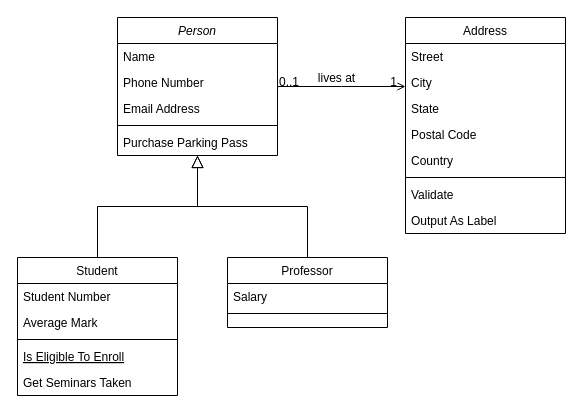
The draw.io diagram Untitled Diagram.drawio in FransiskusAgapa/SPU_CSC3220_W24_T0, before the edit. Source tidied: cells renumbered, new cells numbered last; positions are measured from the earlier drawing's top-left corner, leaving out a move shared by most shapes. Both pictures are drawn from the tidied source at 100%, with x=0, y=0 at pixel (17, 17).
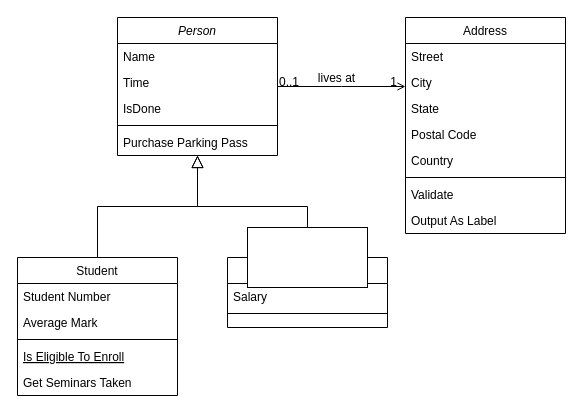
After the change.

Unchanged cells that the change refers to:
```xml
<mxCell id="2" value="Person" style="swimlane;fontStyle=2;align=center;verticalAlign=top;horizontal=1;startSize=26;rounded=0;shadow=0;strokeWidth=1;" parent="1" vertex="1">
  <mxGeometry x="100" width="160" height="138" as="geometry" />
</mxCell>
```

What changed in the source:
```diff
@@
-    <mxCell id="4" value="Phone Number" style="text;align=left;verticalAlign=top;spacingLeft=4;spacingRight=4;overflow=hidden;rounded=0;shadow=0;html=0;" parent="2" vertex="1">
+    <mxCell id="4" value="Time" style="text;align=left;verticalAlign=top;spacingLeft=4;spacingRight=4;overflow=hidden;rounded=0;shadow=0;html=0;" parent="2" vertex="1">
       <mxGeometry y="52" width="160" height="26" as="geometry" />
     </mxCell>
-    <mxCell id="5" value="Email Address" style="text;align=left;verticalAlign=top;spacingLeft=4;spacingRight=4;overflow=hidden;rounded=0;shadow=0;html=0;" parent="2" vertex="1">
+    <mxCell id="5" value="IsDone" style="text;align=left;verticalAlign=top;spacingLeft=4;spacingRight=4;overflow=hidden;rounded=0;shadow=0;html=0;" parent="2" vertex="1">
       <mxGeometry y="78" width="160" height="26" as="geometry" />
     </mxCell>
@@
+    <mxCell id="32" style="whiteSpace=wrap;html=1;" parent="1" vertex="1">
+      <mxGeometry x="230" y="210" width="120" height="60" as="geometry" />
+    </mxCell>
```
